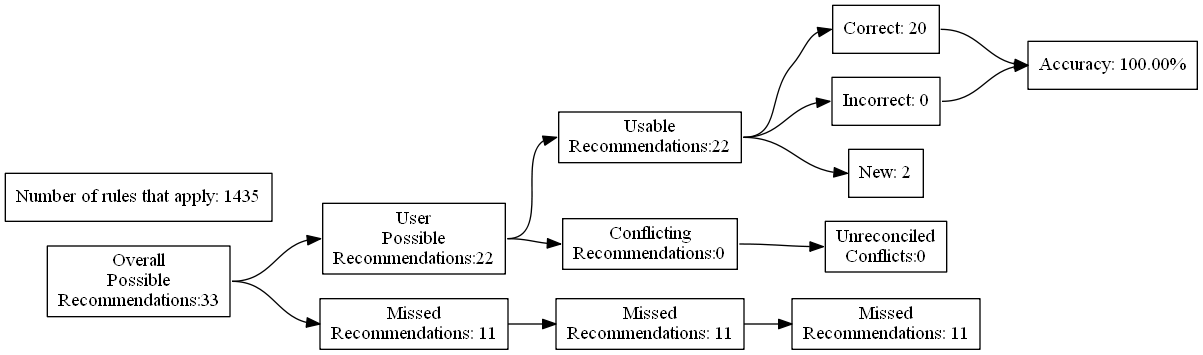
This is test_renders/66.gv.png from ZaxR/ibd_diet_analysis, a Graphviz export, as it was before one commit. Its source is kept beside it as test_renders/66.gv.
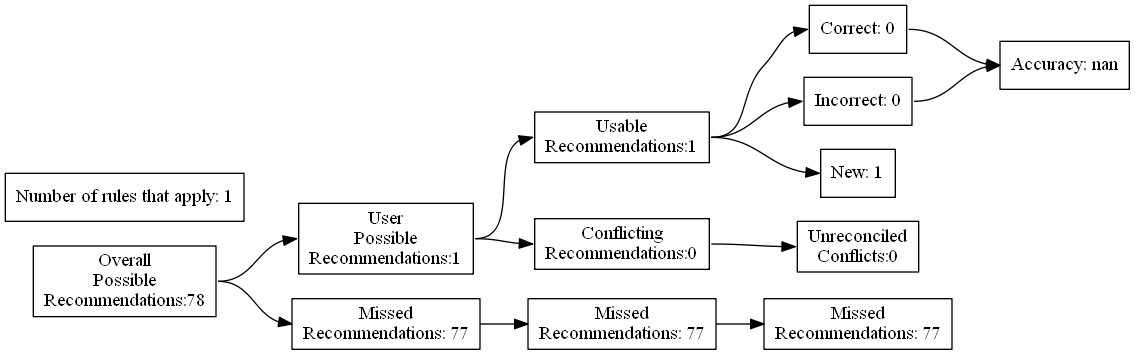
The same diagram one commit later.

Diff of the diagram source:
```diff
@@ -4,27 +4,27 @@
 	edge [headport=w tailport=e]
 		A [label="Overall
 Possible
-Recommendations:33"]
+Recommendations:78"]
 		B [label="User
 Possible
-Recommendations:22"]
+Recommendations:1"]
 		C [label="Missed
-Recommendations: 11"]
+Recommendations: 77"]
 		D [label="Usable
-Recommendations:22"]
+Recommendations:1"]
 		E [label="Conflicting
 Recommendations:0"]
 		J [label="Missed
-Recommendations: 11"]
+Recommendations: 77"]
 		M [label="Unreconciled
 Conflicts:0"]
-		F [label="Correct: 20"]
+		F [label="Correct: 0"]
 		G [label="Incorrect: 0"]
-		H [label="New: 2"]
+		H [label="New: 1"]
 		K [label="Missed
-Recommendations: 11"]
-		I [label="Accuracy: 100.00%"]
-		l [label="Number of rules that apply: 1435"]
+Recommendations: 77"]
+		I [label="Accuracy: nan"]
+		l [label="Number of rules that apply: 1"]
 			A -> B
 			A -> C
 			B -> D
```
